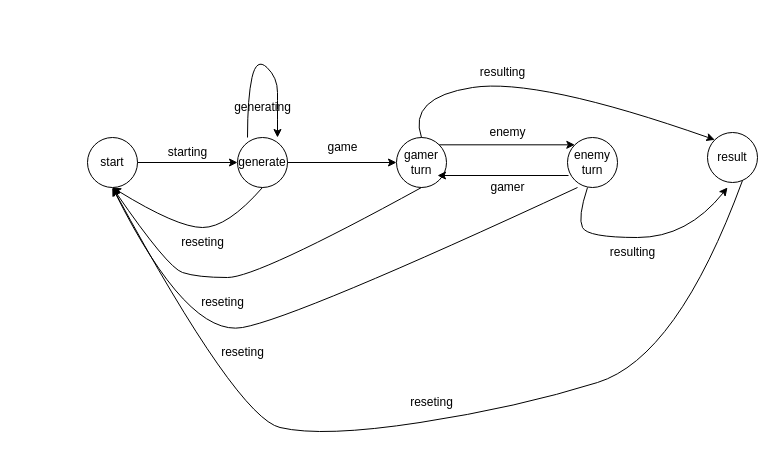
This is TransitionGraphFSM.drawio from mvodev/sea-battle, a draw.io file, before an edit. Source tidied: cells renumbered, new cells numbered last; positions are measured from the earlier drawing's top-left corner, leaving out a move shared by most shapes. Both pictures are drawn from the tidied source at 100%, with x=0, y=0 at pixel (87, 57).
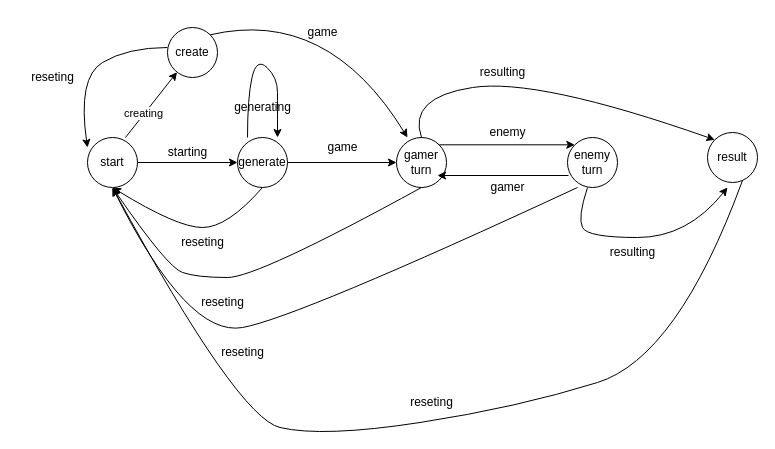
Above is the later version.

Commit message (it also covers changes not shown here):
add new state to create layout by yuorself and diagrams updated

The change refers to these unchanged cells:
```xml
<mxCell id="2" value="start" style="ellipse;whiteSpace=wrap;html=1;" parent="1" vertex="1">
  <mxGeometry y="80" width="50" height="50" as="geometry" />
</mxCell>
<mxCell id="8" value="&lt;div&gt;gamer&lt;/div&gt;&lt;div&gt;turn&lt;br&gt;&lt;/div&gt;" style="ellipse;whiteSpace=wrap;html=1;" parent="1" vertex="1">
  <mxGeometry x="309" y="80" width="50" height="50" as="geometry" />
</mxCell>
```

Diff of the diagram source:
```diff
@@
+    <mxCell id="29" value="create" style="ellipse;whiteSpace=wrap;html=1;" parent="1" vertex="1">
+      <mxGeometry x="80" y="-30" width="50" height="50" as="geometry" />
+    </mxCell>
+    <mxCell id="30" style="endArrow=classic;html=1;rounded=0;exitX=0.76;exitY=0;exitDx=0;exitDy=0;exitPerimeter=0;" parent="1" edge="1" source="2" target="29">
+      <mxGeometry relative="1" as="geometry" />
+    </mxCell>
+    <mxCell id="31" value="&lt;div&gt;creating&lt;/div&gt;" style="edgeLabel;html=1;align=center;verticalAlign=middle;" parent="30" vertex="1">
+      <mxGeometry x="-0.28" y="1" relative="1" as="geometry" />
+    </mxCell>
+    <mxCell id="32" style="curved=1;endArrow=classic;html=1;rounded=0;exitX=1;exitY=0;exitDx=0;exitDy=0;entryX=0.22;entryY=0;entryDx=0;entryDy=0;entryPerimeter=0;" parent="1" edge="1" source="29" target="8">
+      <mxGeometry relative="1" as="geometry">
+        <Array as="points">
+          <mxPoint x="240" y="-50" />
+        </Array>
+      </mxGeometry>
+    </mxCell>
+    <mxCell id="33" value="game" style="text;html=1;align=center;verticalAlign=middle;strokeColor=none;fillColor=none;" parent="1" vertex="1">
+      <mxGeometry x="210" y="-40" width="50" height="30" as="geometry" />
+    </mxCell>
+    <mxCell id="34" value="reseting" style="text;html=1;align=center;verticalAlign=middle;strokeColor=none;fillColor=none;" parent="1" vertex="1">
+      <mxGeometry x="-70" y="5" width="70" height="30" as="geometry" />
+    </mxCell>
+    <mxCell id="35" style="curved=1;endArrow=classic;html=1;rounded=0;exitX=0.5;exitY=1;exitDx=0;exitDy=0;entryX=0;entryY=0.2;entryDx=0;entryDy=0;entryPerimeter=0;" parent="1" edge="1" target="2">
+      <mxGeometry relative="1" as="geometry">
+        <mxPoint x="80" y="-10" as="sourcePoint" />
+        <Array as="points">
+          <mxPoint x="40" y="-10" />
+          <mxPoint x="-10" y="20" />
+        </Array>
+      </mxGeometry>
+    </mxCell>
```
